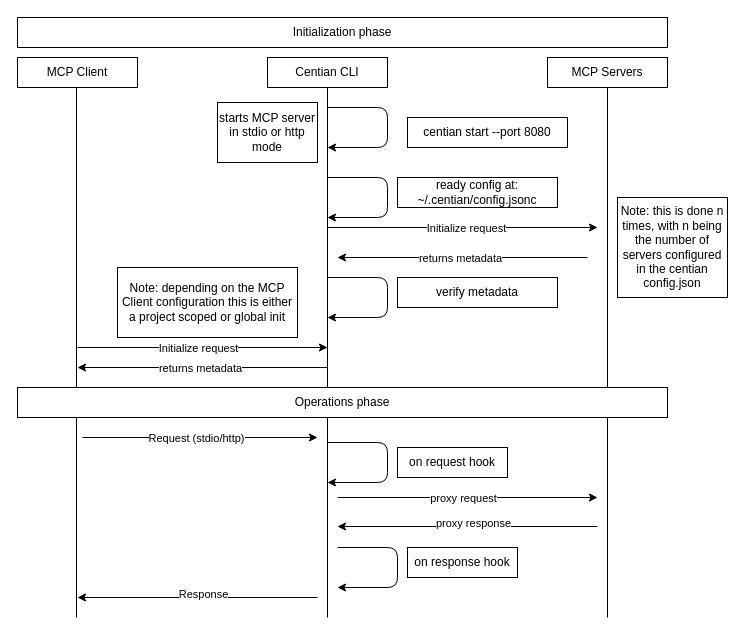
Earlier version of the draw.io diagram docs/communication_flow.drawio (T4cceptor/centian). Source tidied: cells renumbered, new cells numbered last; positions are measured from the earlier drawing's top-left corner, leaving out a move shared by most shapes. Both pictures are drawn from the tidied source at 100%, with x=0, y=0 at pixel (17, 17).
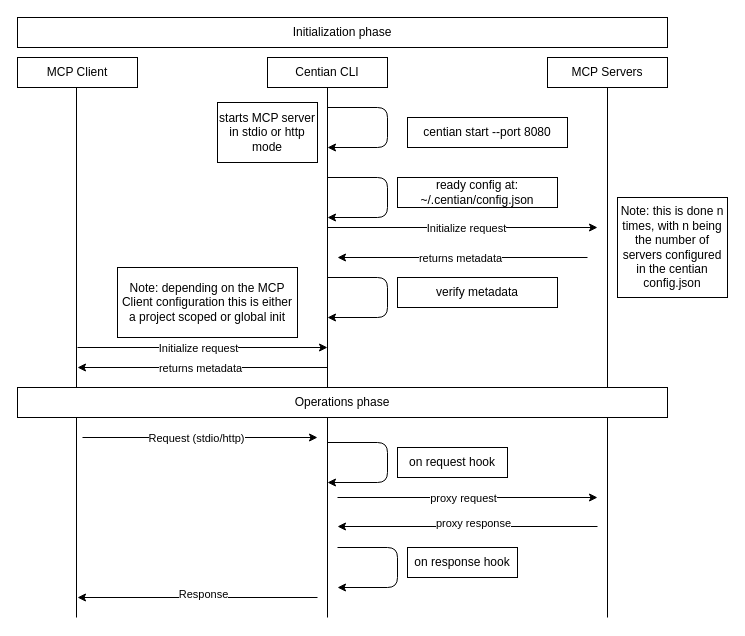
After the change.

Diff of the diagram source:
```diff
@@
-    <mxCell id="12" value="ready config at:&lt;br&gt;~/.centian/config.jsonc" style="rounded=0;whiteSpace=wrap;html=1;" parent="1" vertex="1">
+    <mxCell id="12" value="ready config at:&lt;br&gt;~/.centian/config.json" style="rounded=0;whiteSpace=wrap;html=1;" parent="1" vertex="1">
       <mxGeometry x="380" y="160" width="160" height="30" as="geometry" />
     </mxCell>
```
